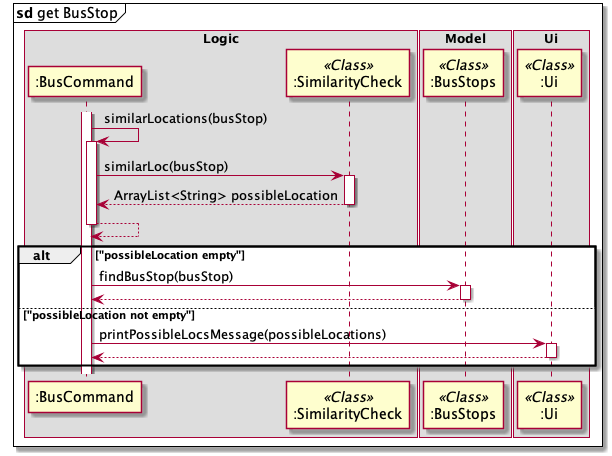
The PlantUML diagram docs/DG_Diagrams/BusCommand/getBusStop.png in nus-cs2113-AY2021S1/tp, before a commit.
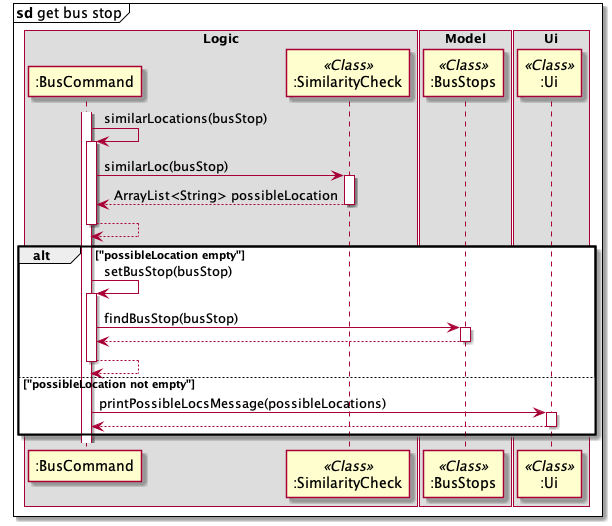
The same diagram one commit later.

The edit, as a diff of the source:
```diff
@@ -1,5 +1,5 @@
 @startuml
-mainframe **sd** get BusStop
+mainframe **sd** get bus stop
 
 box Logic
 participant ":BusCommand"
@@ -27,10 +27,14 @@
 deactivate ":BusCommand"
 
 alt "possibleLocation empty"
+":BusCommand"->":BusCommand": setBusStop(busStop)
+activate ":BusCommand"
 ":BusCommand"->":BusStops": findBusStop(busStop)
 activate ":BusStops"
 ":BusStops"-->":BusCommand"
 deactivate ":BusStops"
+":BusCommand"-->":BusCommand"
+deactivate ":BusCommand"
 else "possibleLocation not empty"
 ":BusCommand"->":Ui": printPossibleLocsMessage(possibleLocations)
 activate ":Ui"
```
